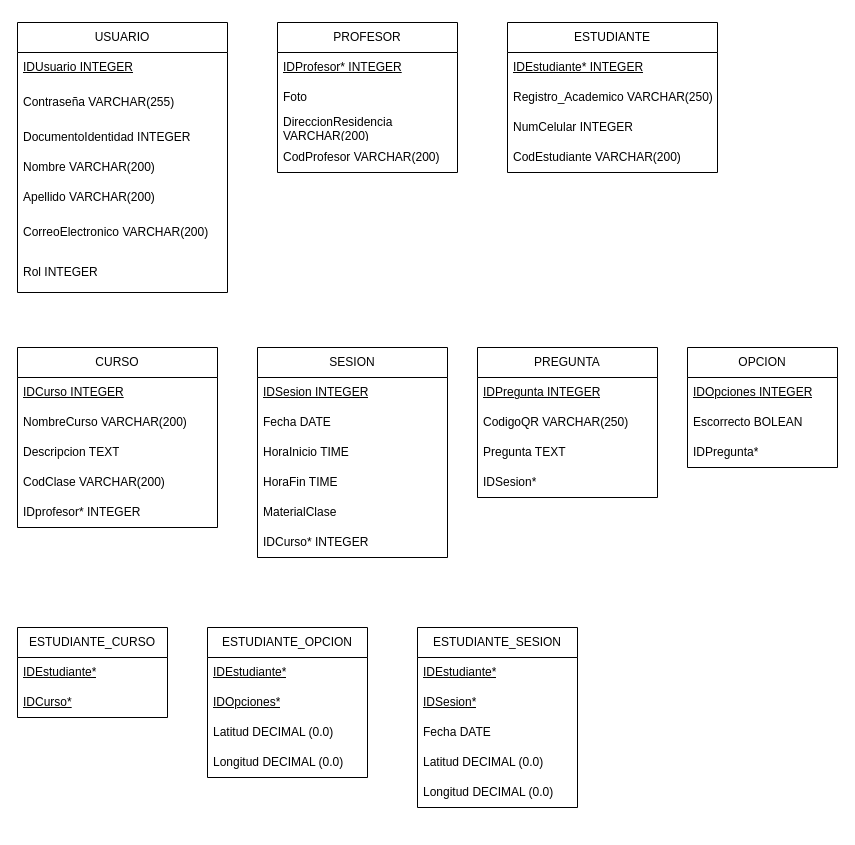
Before: Attenzio Esquema Relacional_02.drawio in 18luisc/Attenzio, a draw.io diagram. Source tidied: cells renumbered, new cells numbered last; positions are measured from the earlier drawing's top-left corner, leaving out a move shared by most shapes. Both pictures are drawn from the tidied source at 100%, with x=0, y=0 at pixel (17, 22).
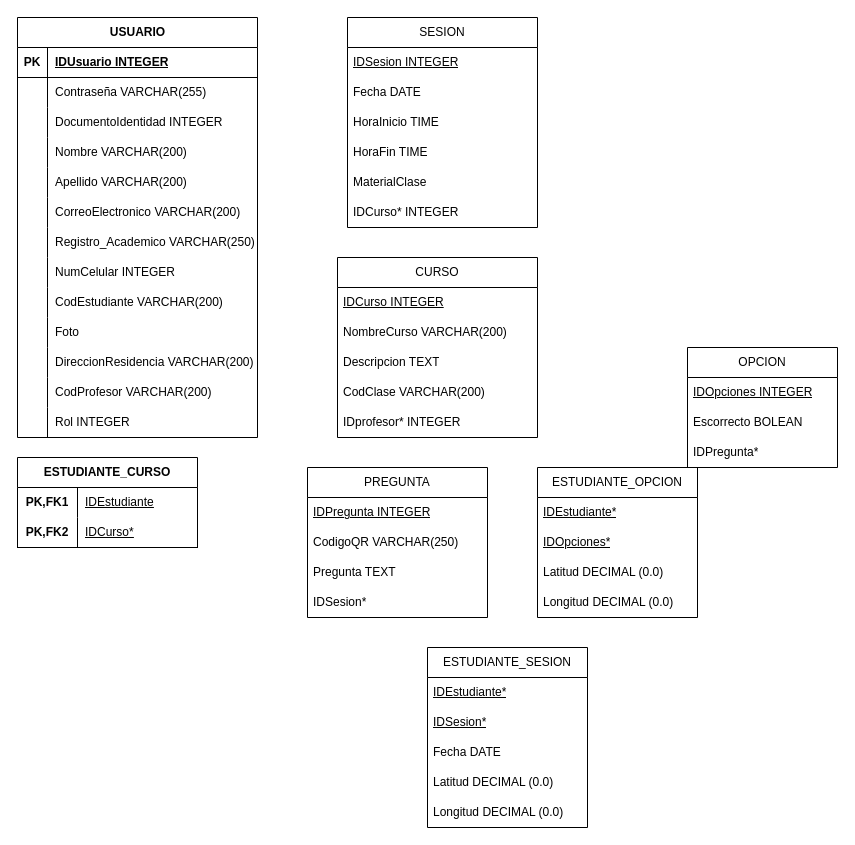
The same diagram, later.

Commit message:
Actualizacion de diagramas

Diff of the diagram source:
```diff
@@
-    <mxCell id="2" value="USUARIO" style="swimlane;fontStyle=0;horizontal=1;startSize=30;whiteSpace=wrap;html=1;" parent="1" vertex="1">
-      <mxGeometry width="210" height="270" as="geometry" />
-    </mxCell>
-    <mxCell id="3" value="&lt;u&gt;IDUsuario INTEGER&lt;/u&gt;" style="text;strokeColor=none;fillColor=none;align=left;verticalAlign=middle;spacingLeft=4;spacingRight=4;overflow=hidden;whiteSpace=wrap;html=1;" parent="2" vertex="1">
-      <mxGeometry y="30" width="210" height="30" as="geometry" />
-    </mxCell>
-    <mxCell id="4" value="Contraseña VARCHAR(255)" style="text;strokeColor=none;fillColor=none;align=left;verticalAlign=middle;spacingLeft=4;spacingRight=4;overflow=hidden;whiteSpace=wrap;html=1;" parent="2" vertex="1">
-      <mxGeometry y="60" width="210" height="40" as="geometry" />
-    </mxCell>
-    <mxCell id="5" value="DocumentoIdentidad INTEGER" style="text;strokeColor=none;fillColor=none;align=left;verticalAlign=middle;spacingLeft=4;spacingRight=4;overflow=hidden;whiteSpace=wrap;html=1;" parent="2" vertex="1">
-      <mxGeometry y="100" width="210" height="30" as="geometry" />
-    </mxCell>
-    <mxCell id="6" value="Nombre VARCHAR(200)" style="text;strokeColor=none;fillColor=none;align=left;verticalAlign=middle;spacingLeft=4;spacingRight=4;overflow=hidden;whiteSpace=wrap;html=1;" parent="2" vertex="1">
-      <mxGeometry y="130" width="210" height="30" as="geometry" />
-    </mxCell>
-    <mxCell id="7" value="Apellido VARCHAR(200)" style="text;strokeColor=none;fillColor=none;align=left;verticalAlign=middle;spacingLeft=4;spacingRight=4;overflow=hidden;whiteSpace=wrap;html=1;" parent="2" vertex="1">
-      <mxGeometry y="160" width="210" height="30" as="geometry" />
-    </mxCell>
-    <mxCell id="8" value="CorreoElectronico VARCHAR(200)" style="text;strokeColor=none;fillColor=none;align=left;verticalAlign=middle;spacingLeft=4;spacingRight=4;overflow=hidden;whiteSpace=wrap;html=1;" parent="2" vertex="1">
-      <mxGeometry y="190" width="210" height="40" as="geometry" />
-    </mxCell>
-    <mxCell id="9" value="Rol INTEGER" style="text;strokeColor=none;fillColor=none;align=left;verticalAlign=middle;spacingLeft=4;spacingRight=4;overflow=hidden;whiteSpace=wrap;html=1;" parent="2" vertex="1">
-      <mxGeometry y="230" width="210" height="40" as="geometry" />
-    </mxCell>
-    <mxCell id="10" value="PROFESOR" style="swimlane;fontStyle=0;horizontal=1;startSize=30;whiteSpace=wrap;html=1;" parent="1" vertex="1">
-      <mxGeometry x="260" width="180" height="150" as="geometry" />
-    </mxCell>
-    <mxCell id="11" value="&lt;u&gt;IDProfesor* INTEGER&lt;/u&gt;" style="text;strokeColor=none;fillColor=none;align=left;verticalAlign=middle;spacingLeft=4;spacingRight=4;overflow=hidden;whiteSpace=wrap;html=1;" parent="10" vertex="1">
-      <mxGeometry y="30" width="180" height="30" as="geometry" />
-    </mxCell>
-    <mxCell id="12" value="Foto&amp;nbsp;" style="text;strokeColor=none;fillColor=none;align=left;verticalAlign=middle;spacingLeft=4;spacingRight=4;overflow=hidden;whiteSpace=wrap;html=1;" parent="10" vertex="1">
-      <mxGeometry y="60" width="180" height="30" as="geometry" />
-    </mxCell>
-    <mxCell id="13" value="DireccionResidencia VARCHAR(200)" style="text;strokeColor=none;fillColor=none;align=left;verticalAlign=middle;spacingLeft=4;spacingRight=4;overflow=hidden;whiteSpace=wrap;html=1;" parent="10" vertex="1">
-      <mxGeometry y="90" width="180" height="30" as="geometry" />
-    </mxCell>
-    <mxCell id="14" value="CodProfesor VARCHAR(200)" style="text;strokeColor=none;fillColor=none;align=left;verticalAlign=middle;spacingLeft=4;spacingRight=4;overflow=hidden;whiteSpace=wrap;html=1;" parent="10" vertex="1">
-      <mxGeometry y="120" width="180" height="30" as="geometry" />
-    </mxCell>
-    <mxCell id="15" value="ESTUDIANTE" style="swimlane;fontStyle=0;horizontal=1;startSize=30;whiteSpace=wrap;html=1;" parent="1" vertex="1">
-      <mxGeometry x="490" width="210" height="150" as="geometry" />
-    </mxCell>
-    <mxCell id="16" value="&lt;u&gt;IDEstudiante* INTEGER&lt;/u&gt;" style="text;strokeColor=none;fillColor=none;align=left;verticalAlign=middle;spacingLeft=4;spacingRight=4;overflow=hidden;whiteSpace=wrap;html=1;" parent="15" vertex="1">
-      <mxGeometry y="30" width="210" height="30" as="geometry" />
-    </mxCell>
-    <mxCell id="17" value="Registro_Academico VARCHAR(250)" style="text;strokeColor=none;fillColor=none;align=left;verticalAlign=middle;spacingLeft=4;spacingRight=4;overflow=hidden;whiteSpace=wrap;html=1;" parent="15" vertex="1">
-      <mxGeometry y="60" width="210" height="30" as="geometry" />
-    </mxCell>
-    <mxCell id="18" value="NumCelular INTEGER" style="text;strokeColor=none;fillColor=none;align=left;verticalAlign=middle;spacingLeft=4;spacingRight=4;overflow=hidden;whiteSpace=wrap;html=1;" parent="15" vertex="1">
-      <mxGeometry y="90" width="210" height="30" as="geometry" />
-    </mxCell>
-    <mxCell id="19" value="CodEstudiante VARCHAR(200)" style="text;strokeColor=none;fillColor=none;align=left;verticalAlign=middle;spacingLeft=4;spacingRight=4;overflow=hidden;whiteSpace=wrap;html=1;" parent="15" vertex="1">
-      <mxGeometry y="120" width="210" height="30" as="geometry" />
-    </mxCell>
     <mxCell id="20" value="CURSO" style="swimlane;fontStyle=0;horizontal=1;startSize=30;whiteSpace=wrap;html=1;" parent="1" vertex="1">
-      <mxGeometry y="325" width="200" height="180" as="geometry" />
+      <mxGeometry x="320" y="235" width="200" height="180" as="geometry" />
     </mxCell>
@@
     <mxCell id="26" value="PREGUNTA" style="swimlane;fontStyle=0;horizontal=1;startSize=30;whiteSpace=wrap;html=1;" parent="1" vertex="1">
-      <mxGeometry x="460" y="325" width="180" height="150" as="geometry" />
+      <mxGeometry x="290" y="445" width="180" height="150" as="geometry" />
     </mxCell>
@@
-    <mxCell id="31" value="ESTUDIANTE_CURSO" style="swimlane;fontStyle=0;horizontal=1;startSize=30;whiteSpace=wrap;html=1;" parent="1" vertex="1">
-      <mxGeometry y="605" width="150" height="90" as="geometry" />
-    </mxCell>
-    <mxCell id="32" value="&lt;u&gt;IDEstudiante*&lt;/u&gt;" style="text;strokeColor=none;fillColor=none;align=left;verticalAlign=middle;spacingLeft=4;spacingRight=4;overflow=hidden;whiteSpace=wrap;html=1;" parent="31" vertex="1">
-      <mxGeometry y="30" width="150" height="30" as="geometry" />
-    </mxCell>
-    <mxCell id="33" value="&lt;u&gt;IDCurso*&lt;/u&gt;" style="text;strokeColor=none;fillColor=none;align=left;verticalAlign=middle;spacingLeft=4;spacingRight=4;overflow=hidden;whiteSpace=wrap;html=1;" parent="31" vertex="1">
-      <mxGeometry y="60" width="150" height="30" as="geometry" />
-    </mxCell>
     <mxCell id="34" value="ESTUDIANTE_OPCION" style="swimlane;fontStyle=0;horizontal=1;startSize=30;whiteSpace=wrap;html=1;" parent="1" vertex="1">
-      <mxGeometry x="190" y="605" width="160" height="150" as="geometry" />
+      <mxGeometry x="520" y="445" width="160" height="150" as="geometry" />
     </mxCell>
@@
     <mxCell id="39" value="SESION" style="swimlane;fontStyle=0;horizontal=1;startSize=30;whiteSpace=wrap;html=1;" parent="1" vertex="1">
-      <mxGeometry x="240" y="325" width="190" height="210" as="geometry" />
+      <mxGeometry x="330" y="-5" width="190" height="210" as="geometry" />
     </mxCell>
@@
     <mxCell id="50" value="ESTUDIANTE_SESION" style="swimlane;fontStyle=0;horizontal=1;startSize=30;whiteSpace=wrap;html=1;" parent="1" vertex="1">
-      <mxGeometry x="400" y="605" width="160" height="180" as="geometry" />
+      <mxGeometry x="410" y="625" width="160" height="180" as="geometry" />
     </mxCell>
@@
+    <mxCell id="2" value="USUARIO" style="shape=table;startSize=30;childLayout=tableLayout;rowLines=0;fontStyle=1;align=center;html=1;" parent="1" vertex="1">
+      <mxGeometry y="-5" width="240" height="420" as="geometry" />
+    </mxCell>
+    <mxCell id="56" style="shape=tableRow;horizontal=0;startSize=0;swimlaneHead=0;swimlaneBody=0;fillColor=none;top=0;left=0;right=0;bottom=1;" parent="2" vertex="1">
+      <mxGeometry y="30" width="240" height="30" as="geometry" />
+    </mxCell>
+    <mxCell id="57" value="PK" style="shape=partialRectangle;fillColor=none;top=0;left=0;bottom=0;right=0;fontStyle=1;overflow=hidden;whiteSpace=wrap;html=1;" parent="56" vertex="1">
+      <mxGeometry width="30" height="30" as="geometry" />
+    </mxCell>
+    <mxCell id="3" value="IDUsuario INTEGER" style="shape=partialRectangle;fillColor=none;top=0;left=0;bottom=0;right=0;align=left;spacingLeft=6;fontStyle=5;overflow=hidden;whiteSpace=wrap;html=1;" parent="56" vertex="1">
+      <mxGeometry x="30" width="210" height="30" as="geometry" />
+    </mxCell>
+    <mxCell id="58" style="shape=tableRow;horizontal=0;startSize=0;swimlaneHead=0;swimlaneBody=0;fillColor=none;top=0;left=0;right=0;bottom=0;" parent="2" vertex="1">
+      <mxGeometry y="60" width="240" height="30" as="geometry" />
+    </mxCell>
+    <mxCell id="59" style="shape=partialRectangle;fillColor=none;top=0;left=0;bottom=0;right=0;overflow=hidden;whiteSpace=wrap;html=1;" parent="58" vertex="1">
+      <mxGeometry width="30" height="30" as="geometry" />
+    </mxCell>
+    <mxCell id="4" value="Contraseña VARCHAR(255)" style="shape=partialRectangle;fillColor=none;top=0;left=0;bottom=0;right=0;align=left;spacingLeft=6;overflow=hidden;whiteSpace=wrap;html=1;" parent="58" vertex="1">
+      <mxGeometry x="30" width="210" height="30" as="geometry" />
+    </mxCell>
+    <mxCell id="60" style="shape=tableRow;horizontal=0;startSize=0;swimlaneHead=0;swimlaneBody=0;fillColor=none;top=0;left=0;right=0;bottom=0;" parent="2" vertex="1">
+      <mxGeometry y="90" width="240" height="30" as="geometry" />
+    </mxCell>
+    <mxCell id="61" style="shape=partialRectangle;fillColor=none;top=0;left=0;bottom=0;right=0;overflow=hidden;whiteSpace=wrap;html=1;" parent="60" vertex="1">
+      <mxGeometry width="30" height="30" as="geometry" />
+    </mxCell>
+    <mxCell id="5" value="DocumentoIdentidad INTEGER" style="shape=partialRectangle;fillColor=none;top=0;left=0;bottom=0;right=0;align=left;spacingLeft=6;overflow=hidden;whiteSpace=wrap;html=1;" parent="60" vertex="1">
+      <mxGeometry x="30" width="210" height="30" as="geometry" />
+    </mxCell>
+    <mxCell id="62" style="shape=tableRow;horizontal=0;startSize=0;swimlaneHead=0;swimlaneBody=0;fillColor=none;top=0;left=0;right=0;bottom=0;" parent="2" vertex="1">
+      <mxGeometry y="120" width="240" height="30" as="geometry" />
+    </mxCell>
+    <mxCell id="63" style="shape=partialRectangle;fillColor=none;top=0;left=0;bottom=0;right=0;overflow=hidden;whiteSpace=wrap;html=1;" parent="62" vertex="1">
+      <mxGeometry width="30" height="30" as="geometry" />
+    </mxCell>
+    <mxCell id="6" value="Nombre VARCHAR(200)" style="shape=partialRectangle;fillColor=none;top=0;left=0;bottom=0;right=0;align=left;spacingLeft=6;overflow=hidden;whiteSpace=wrap;html=1;" parent="62" vertex="1">
+      <mxGeometry x="30" width="210" height="30" as="geometry" />
+    </mxCell>
+    <mxCell id="64" style="shape=tableRow;horizontal=0;startSize=0;swimlaneHead=0;swimlaneBody=0;fillColor=none;top=0;left=0;right=0;bottom=0;" parent="2" vertex="1">
+      <mxGeometry y="150" width="240" height="30" as="geometry" />
+    </mxCell>
+    <mxCell id="65" style="shape=partialRectangle;fillColor=none;top=0;left=0;bottom=0;right=0;overflow=hidden;whiteSpace=wrap;html=1;" parent="64" vertex="1">
+      <mxGeometry width="30" height="30" as="geometry" />
+    </mxCell>
+    <mxCell id="7" value="Apellido VARCHAR(200)" style="shape=partialRectangle;fillColor=none;top=0;left=0;bottom=0;right=0;align=left;spacingLeft=6;overflow=hidden;whiteSpace=wrap;html=1;" parent="64" vertex="1">
+      <mxGeometry x="30" width="210" height="30" as="geometry" />
+    </mxCell>
+    <mxCell id="66" style="shape=tableRow;horizontal=0;startSize=0;swimlaneHead=0;swimlaneBody=0;fillColor=none;top=0;left=0;right=0;bottom=0;" parent="2" vertex="1">
+      <mxGeometry y="180" width="240" height="30" as="geometry" />
+    </mxCell>
+    <mxCell id="67" style="shape=partialRectangle;fillColor=none;top=0;left=0;bottom=0;right=0;overflow=hidden;whiteSpace=wrap;html=1;" parent="66" vertex="1">
+      <mxGeometry width="30" height="30" as="geometry" />
+    </mxCell>
+    <mxCell id="8" value="CorreoElectronico VARCHAR(200)" style="shape=partialRectangle;fillColor=none;top=0;left=0;bottom=0;right=0;align=left;spacingLeft=6;overflow=hidden;whiteSpace=wrap;html=1;" parent="66" vertex="1">
+      <mxGeometry x="30" width="210" height="30" as="geometry" />
+    </mxCell>
+    <mxCell id="68" style="shape=tableRow;horizontal=0;startSize=0;swimlaneHead=0;swimlaneBody=0;fillColor=none;top=0;left=0;right=0;bottom=0;" parent="2" vertex="1">
+      <mxGeometry y="210" width="240" height="30" as="geometry" />
+    </mxCell>
+    <mxCell id="69" style="shape=partialRectangle;fillColor=none;top=0;left=0;bottom=0;right=0;overflow=hidden;whiteSpace=wrap;html=1;" parent="68" vertex="1">
+      <mxGeometry width="30" height="30" as="geometry" />
+    </mxCell>
+    <mxCell id="17" value="Registro_Academico VARCHAR(250)" style="shape=partialRectangle;fillColor=none;top=0;left=0;bottom=0;right=0;align=left;spacingLeft=6;overflow=hidden;whiteSpace=wrap;html=1;" parent="68" vertex="1">
+      <mxGeometry x="30" width="210" height="30" as="geometry" />
+    </mxCell>
+    <mxCell id="70" style="shape=tableRow;horizontal=0;startSize=0;swimlaneHead=0;swimlaneBody=0;fillColor=none;top=0;left=0;right=0;bottom=0;" parent="2" vertex="1">
+      <mxGeometry y="240" width="240" height="30" as="geometry" />
+    </mxCell>
+    <mxCell id="71" style="shape=partialRectangle;fillColor=none;top=0;left=0;bottom=0;right=0;overflow=hidden;whiteSpace=wrap;html=1;" parent="70" vertex="1">
+      <mxGeometry width="30" height="30" as="geometry" />
+    </mxCell>
+    <mxCell id="18" value="NumCelular INTEGER" style="shape=partialRectangle;fillColor=none;top=0;left=0;bottom=0;right=0;align=left;spacingLeft=6;overflow=hidden;whiteSpace=wrap;html=1;" parent="70" vertex="1">
+      <mxGeometry x="30" width="210" height="30" as="geometry" />
+    </mxCell>
+    <mxCell id="72" style="shape=tableRow;horizontal=0;startSize=0;swimlaneHead=0;swimlaneBody=0;fillColor=none;top=0;left=0;right=0;bottom=0;" parent="2" vertex="1">
+      <mxGeometry y="270" width="240" height="30" as="geometry" />
+    </mxCell>
+    <mxCell id="73" style="shape=partialRectangle;fillColor=none;top=0;left=0;bottom=0;right=0;overflow=hidden;whiteSpace=wrap;html=1;" parent="72" vertex="1">
+      <mxGeometry width="30" height="30" as="geometry" />
+    </mxCell>
+    <mxCell id="19" value="CodEstudiante VARCHAR(200)" style="shape=partialRectangle;fillColor=none;top=0;left=0;bottom=0;right=0;align=left;spacingLeft=6;overflow=hidden;whiteSpace=wrap;html=1;" parent="72" vertex="1">
+      <mxGeometry x="30" width="210" height="30" as="geometry" />
+    </mxCell>
+    <mxCell id="74" style="shape=tableRow;horizontal=0;startSize=0;swimlaneHead=0;swimlaneBody=0;fillColor=none;top=0;left=0;right=0;bottom=0;" parent="2" vertex="1">
+      <mxGeometry y="300" width="240" height="30" as="geometry" />
+    </mxCell>
+    <mxCell id="75" style="shape=partialRectangle;fillColor=none;top=0;left=0;bottom=0;right=0;overflow=hidden;whiteSpace=wrap;html=1;" parent="74" vertex="1">
+      <mxGeometry width="30" height="30" as="geometry" />
+    </mxCell>
+    <mxCell id="12" value="Foto&amp;nbsp;" style="shape=partialRectangle;fillColor=none;top=0;left=0;bottom=0;right=0;align=left;spacingLeft=6;overflow=hidden;whiteSpace=wrap;html=1;" parent="74" vertex="1">
+      <mxGeometry x="30" width="210" height="30" as="geometry" />
+    </mxCell>
+    <mxCell id="76" style="shape=tableRow;horizontal=0;startSize=0;swimlaneHead=0;swimlaneBody=0;fillColor=none;top=0;left=0;right=0;bottom=0;" parent="2" vertex="1">
+      <mxGeometry y="330" width="240" height="30" as="geometry" />
+    </mxCell>
+    <mxCell id="77" style="shape=partialRectangle;fillColor=none;top=0;left=0;bottom=0;right=0;overflow=hidden;whiteSpace=wrap;html=1;" parent="76" vertex="1">
+      <mxGeometry width="30" height="30" as="geometry" />
+    </mxCell>
+    <mxCell id="13" value="DireccionResidencia VARCHAR(200)" style="shape=partialRectangle;fillColor=none;top=0;left=0;bottom=0;right=0;align=left;spacingLeft=6;overflow=hidden;whiteSpace=wrap;html=1;" parent="76" vertex="1">
+      <mxGeometry x="30" width="210" height="30" as="geometry" />
+    </mxCell>
+    <mxCell id="78" style="shape=tableRow;horizontal=0;startSize=0;swimlaneHead=0;swimlaneBody=0;fillColor=none;top=0;left=0;right=0;bottom=0;" parent="2" vertex="1">
+      <mxGeometry y="360" width="240" height="30" as="geometry" />
+    </mxCell>
+    <mxCell id="79" style="shape=partialRectangle;fillColor=none;top=0;left=0;bottom=0;right=0;overflow=hidden;whiteSpace=wrap;html=1;" parent="78" vertex="1">
+      <mxGeometry width="30" height="30" as="geometry" />
+    </mxCell>
+    <mxCell id="14" value="CodProfesor VARCHAR(200)" style="shape=partialRectangle;fillColor=none;top=0;left=0;bottom=0;right=0;align=left;spacingLeft=6;overflow=hidden;whiteSpace=wrap;html=1;" parent="78" vertex="1">
+      <mxGeometry x="30" width="210" height="30" as="geometry" />
+    </mxCell>
+    <mxCell id="80" style="shape=tableRow;horizontal=0;startSize=0;swimlaneHead=0;swimlaneBody=0;fillColor=none;top=0;left=0;right=0;bottom=0;" parent="2" vertex="1">
+      <mxGeometry y="390" width="240" height="30" as="geometry" />
+    </mxCell>
+    <mxCell id="81" style="shape=partialRectangle;fillColor=none;top=0;left=0;bottom=0;right=0;overflow=hidden;whiteSpace=wrap;html=1;" parent="80" vertex="1">
+      <mxGeometry width="30" height="30" as="geometry" />
+    </mxCell>
+    <mxCell id="9" value="Rol INTEGER" style="shape=partialRectangle;fillColor=none;top=0;left=0;bottom=0;right=0;align=left;spacingLeft=6;overflow=hidden;whiteSpace=wrap;html=1;" parent="80" vertex="1">
+      <mxGeometry x="30" width="210" height="30" as="geometry" />
+    </mxCell>
+    <mxCell id="31" value="ESTUDIANTE_CURSO" style="shape=table;startSize=30;childLayout=tableLayout;rowLines=0;fontStyle=1;align=center;html=1;whiteSpace=wrap;" parent="1" vertex="1">
+      <mxGeometry y="435" width="180" height="90" as="geometry" />
+    </mxCell>
+    <mxCell id="82" style="shape=tableRow;horizontal=0;startSize=0;swimlaneHead=0;swimlaneBody=0;fillColor=none;top=0;left=0;right=0;bottom=0;html=1;" parent="31" vertex="1">
+      <mxGeometry y="30" width="180" height="30" as="geometry" />
+    </mxCell>
+    <mxCell id="83" value="PK,FK1" style="shape=partialRectangle;fillColor=none;top=0;left=0;bottom=0;right=0;fontStyle=1;overflow=hidden;html=1;whiteSpace=wrap;" parent="82" vertex="1">
+      <mxGeometry width="60" height="30" as="geometry" />
+    </mxCell>
+    <mxCell id="84" value="&lt;u style=&quot;font-weight: 400;&quot;&gt;IDEstudiante&lt;/u&gt;" style="shape=partialRectangle;fillColor=none;top=0;left=0;bottom=0;right=0;align=left;spacingLeft=6;fontStyle=5;overflow=hidden;html=1;whiteSpace=wrap;" parent="82" vertex="1">
+      <mxGeometry x="60" width="120" height="30" as="geometry" />
+    </mxCell>
+    <mxCell id="85" style="shape=tableRow;horizontal=0;startSize=0;swimlaneHead=0;swimlaneBody=0;fillColor=none;top=0;left=0;right=0;bottom=1;html=1;" parent="31" vertex="1">
+      <mxGeometry y="60" width="180" height="30" as="geometry" />
+    </mxCell>
+    <mxCell id="86" value="PK,FK2" style="shape=partialRectangle;fillColor=none;top=0;left=0;bottom=0;right=0;fontStyle=1;overflow=hidden;html=1;whiteSpace=wrap;" parent="85" vertex="1">
+      <mxGeometry width="60" height="30" as="geometry" />
+    </mxCell>
+    <mxCell id="33" value="&lt;u style=&quot;font-weight: 400;&quot;&gt;IDCurso*&lt;/u&gt;" style="shape=partialRectangle;fillColor=none;top=0;left=0;bottom=0;right=0;align=left;spacingLeft=6;fontStyle=5;overflow=hidden;html=1;whiteSpace=wrap;" parent="85" vertex="1">
+      <mxGeometry x="60" width="120" height="30" as="geometry" />
+    </mxCell>
```
